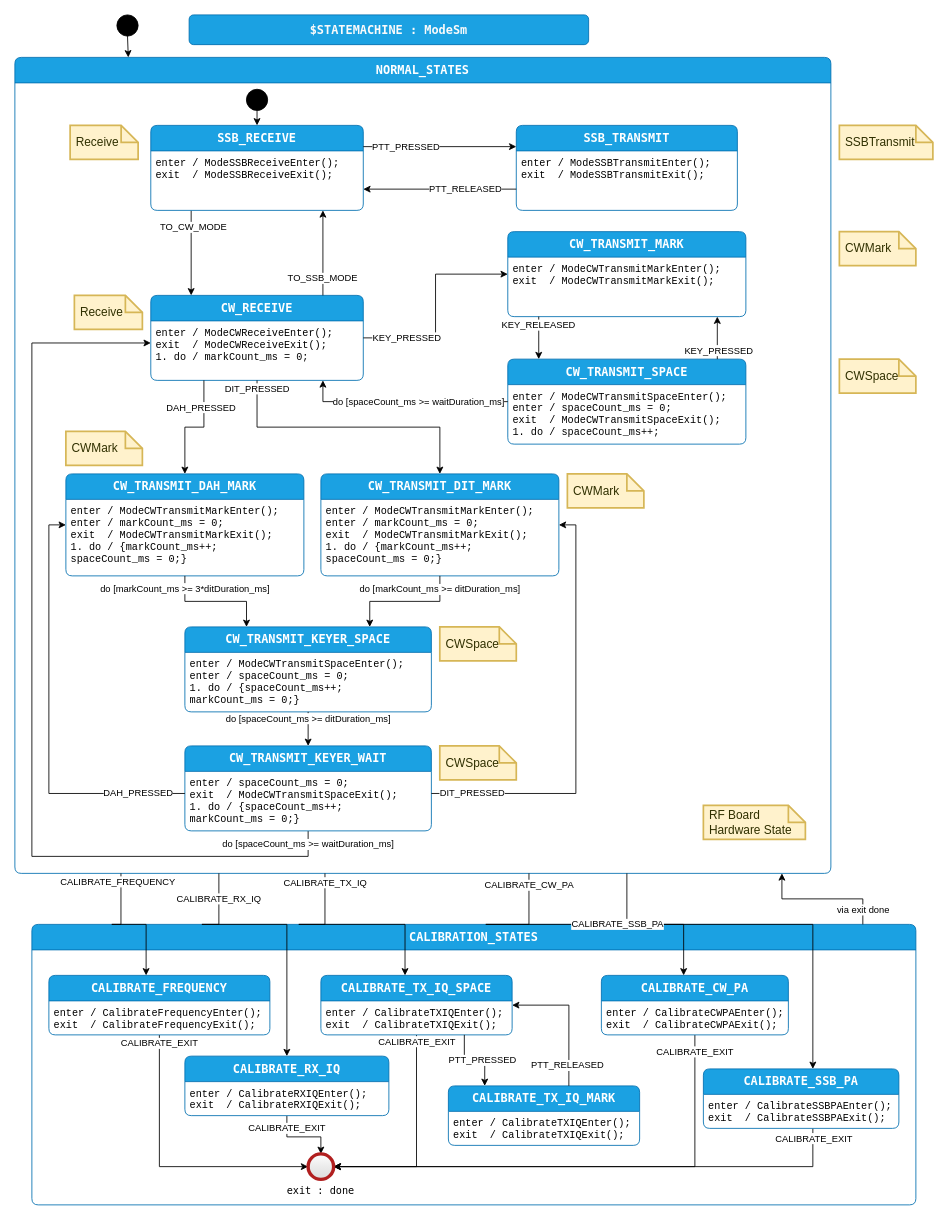
Before: page "design" (1 of 3) of code/src/PhoenixSketch/ModeSm.drawio in KI3P/Phoenix, a draw.io diagram. Source tidied: cells renumbered, new cells numbered last; positions are measured from the earlier drawing's top-left corner, leaving out a move shared by most shapes. Both pictures are drawn from the tidied source at 85%, with x=0, y=0 at pixel (14, 14).
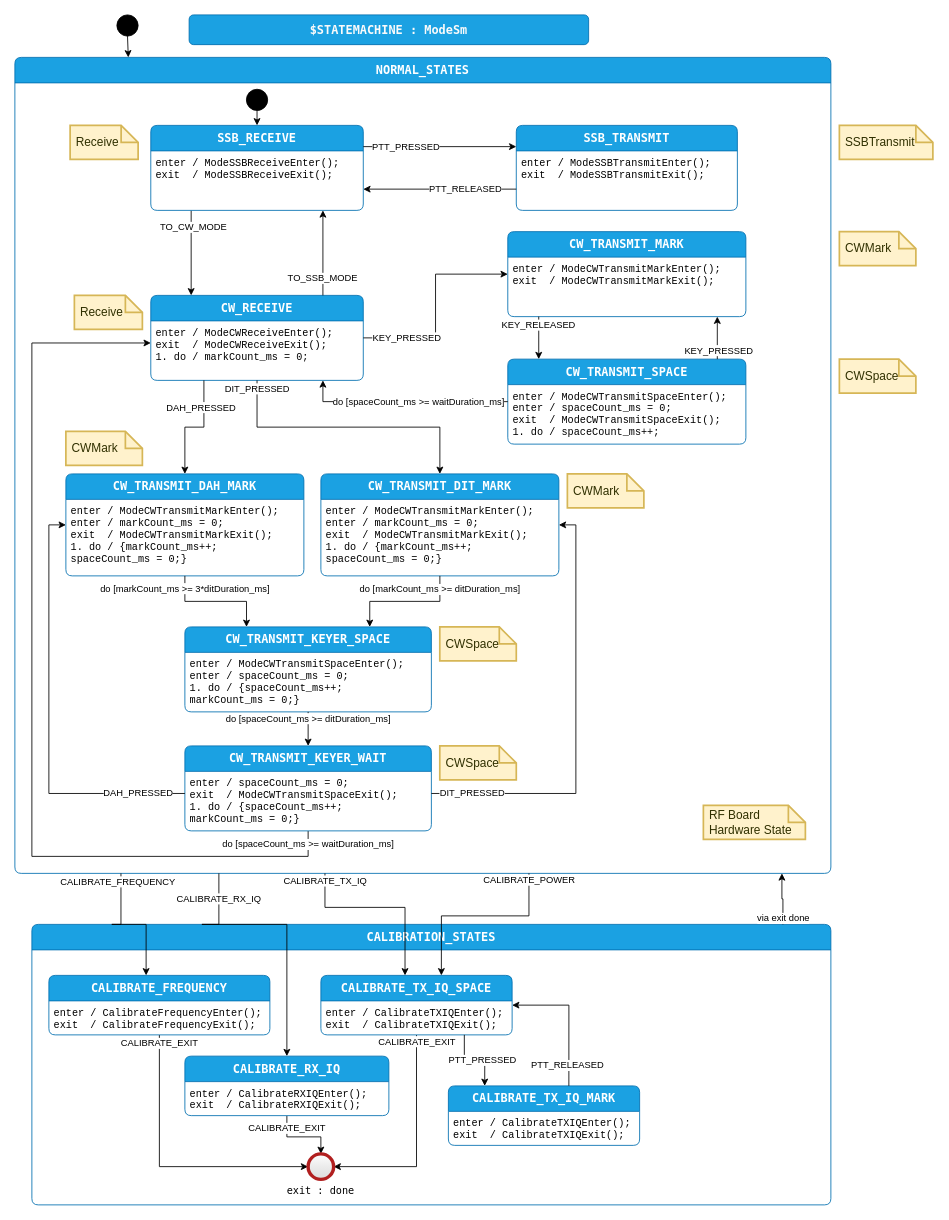
After the change.

Commit message (it also covers changes not shown here):
Lots of code for power calibration added. Not yet working -- state machine invocation needs fixing, and unit tests are needed

Unchanged cells that the change refers to:
```xml
<mxCell id="11" value="CALIBRATE_TX_IQ_SPACE" style="shape=swimlane;align=center;verticalAlign=top;fontFamily=Lucida Console;startSize=30;fontSize=14;fontStyle=1;fontColor=#ffffff;fillColor=#1ba1e2;swimlaneFillColor=default;rounded=1;arcSize=15;absoluteArcSize=1;points=[[0,0,0,0,0],[0,0.06,0,0,0],[0,0.13,0,0,0],[0,0.19,0,0,0],[0,0.25,0,0,0],[0,0.31,0,0,0],[0,0.38,0,0,0],[0,0.44,0,0,0],[0,0.5,0,0,0],[0,0.56,0,0,0],[0,0.63,0,0,0],[0,0.69,0,0,0],[0,0.75,0,0,0],[0,0.81,0,0,0],[0,0.88,0,0,0],[0,0.94,0,0,0],[0,1,0,0,0],[0.06,0,0,0,0],[0.06,1,0,0,0],[0.13,0,0,0,0],[0.13,1,0,0,0],[0.19,0,0,0,0],[0.19,1,0,0,0],[0.25,0,0,0,0],[0.25,1,0,0,0],[0.31,0,0,0,0],[0.31,1,0,0,0],[0.38,0,0,0,0],[0.38,1,0,0,0],[0.44,0,0,0,0],[0.44,1,0,0,0],[0.5,0,0,0,0],[0.5,1,0,0,0],[0.56,0,0,0,0],[0.56,1,0,0,0],[0.63,0,0,0,0],[0.63,1,0,0,0],[0.69,0,0,0,0],[0.69,1,0,0,0],[0.75,0,0,0,0],[0.75,1,0,0,0],[0.81,0,0,0,0],[0.81,1,0,0,0],[0.88,0,0,0,0],[0.88,1,0,0,0],[0.94,0,0,0,0],[0.94,1,0,0,0],[1,0,0,0,0],[1,0.06,0,0,0],[1,0.13,0,0,0],[1,0.19,0,0,0],[1,0.25,0,0,0],[1,0.31,0,0,0],[1,0.38,0,0,0],[1,0.44,0,0,0],[1,0.5,0,0,0],[1,0.56,0,0,0],[1,0.63,0,0,0],[1,0.69,0,0,0],[1,0.75,0,0,0],[1,0.81,0,0,0],[1,0.88,0,0,0],[1,0.94,0,0,0],[1,1,0,0,0]];strokeColor=#006EAF;" parent="2" vertex="1">
  <mxGeometry x="340" y="60" width="225" height="70" as="geometry" />
</mxCell>
<mxCell id="19" value="exit : done" style="fontFamily=Lucida Console;align=center;verticalAlign=top;shape=ellipse;labelPosition=center;verticalLabelPosition=bottom;strokeColor=#b11f1f;strokeWidth=4;fillColor=#FFFFFF;gradientColor=#d4d4d4cc;" parent="2" vertex="1">
  <mxGeometry x="325" y="270" width="30" height="30" as="geometry" />
</mxCell>
<mxCell id="25" value="NORMAL_STATES" style="shape=swimlane;align=center;verticalAlign=top;fontFamily=Lucida Console;startSize=30;fontSize=14;fontStyle=1;fontColor=#ffffff;fillColor=#1ba1e2;swimlaneFillColor=default;rounded=1;arcSize=15;absoluteArcSize=1;points=[[0,0,0,0,0],[0,0.06,0,0,0],[0,0.13,0,0,0],[0,0.19,0,0,0],[0,0.25,0,0,0],[0,0.31,0,0,0],[0,0.38,0,0,0],[0,0.44,0,0,0],[0,0.5,0,0,0],[0,0.56,0,0,0],[0,0.63,0,0,0],[0,0.69,0,0,0],[0,0.75,0,0,0],[0,0.81,0,0,0],[0,0.88,0,0,0],[0,0.94,0,0,0],[0,1,0,0,0],[0.06,0,0,0,0],[0.06,1,0,0,0],[0.13,0,0,0,0],[0.13,1,0,0,0],[0.19,0,0,0,0],[0.19,1,0,0,0],[0.25,0,0,0,0],[0.25,1,0,0,0],[0.31,0,0,0,0],[0.31,1,0,0,0],[0.38,0,0,0,0],[0.38,1,0,0,0],[0.44,0,0,0,0],[0.44,1,0,0,0],[0.5,0,0,0,0],[0.5,1,0,0,0],[0.56,0,0,0,0],[0.56,1,0,0,0],[0.63,0,0,0,0],[0.63,1,0,0,0],[0.69,0,0,0,0],[0.69,1,0,0,0],[0.75,0,0,0,0],[0.75,1,0,0,0],[0.81,0,0,0,0],[0.81,1,0,0,0],[0.88,0,0,0,0],[0.88,1,0,0,0],[0.94,0,0,0,0],[0.94,1,0,0,0],[1,0,0,0,0],[1,0.06,0,0,0],[1,0.13,0,0,0],[1,0.19,0,0,0],[1,0.25,0,0,0],[1,0.31,0,0,0],[1,0.38,0,0,0],[1,0.44,0,0,0],[1,0.5,0,0,0],[1,0.56,0,0,0],[1,0.63,0,0,0],[1,0.69,0,0,0],[1,0.75,0,0,0],[1,0.81,0,0,0],[1,0.88,0,0,0],[1,0.94,0,0,0],[1,1,0,0,0]];strokeColor=#006EAF;" parent="1" vertex="1">
  <mxGeometry y="50" width="960" height="960" as="geometry" />
</mxCell>
```

Diff of the diagram source:
```diff
@@
     <mxCell id="2" value="CALIBRATION_STATES" style="shape=swimlane;align=center;verticalAlign=top;fontFamily=Lucida Console;startSize=30;fontSize=14;fontStyle=1;fontColor=#ffffff;fillColor=#1ba1e2;swimlaneFillColor=default;rounded=1;arcSize=15;absoluteArcSize=1;points=[[0,0,0,0,0],[0,0.06,0,0,0],[0,0.13,0,0,0],[0,0.19,0,0,0],[0,0.25,0,0,0],[0,0.31,0,0,0],[0,0.38,0,0,0],[0,0.44,0,0,0],[0,0.5,0,0,0],[0,0.56,0,0,0],[0,0.63,0,0,0],[0,0.69,0,0,0],[0,0.75,0,0,0],[0,0.81,0,0,0],[0,0.88,0,0,0],[0,0.94,0,0,0],[0,1,0,0,0],[0.06,0,0,0,0],[0.06,1,0,0,0],[0.13,0,0,0,0],[0.13,1,0,0,0],[0.19,0,0,0,0],[0.19,1,0,0,0],[0.25,0,0,0,0],[0.25,1,0,0,0],[0.31,0,0,0,0],[0.31,1,0,0,0],[0.38,0,0,0,0],[0.38,1,0,0,0],[0.44,0,0,0,0],[0.44,1,0,0,0],[0.5,0,0,0,0],[0.5,1,0,0,0],[0.56,0,0,0,0],[0.56,1,0,0,0],[0.63,0,0,0,0],[0.63,1,0,0,0],[0.69,0,0,0,0],[0.69,1,0,0,0],[0.75,0,0,0,0],[0.75,1,0,0,0],[0.81,0,0,0,0],[0.81,1,0,0,0],[0.88,0,0,0,0],[0.88,1,0,0,0],[0.94,0,0,0,0],[0.94,1,0,0,0],[1,0,0,0,0],[1,0.06,0,0,0],[1,0.13,0,0,0],[1,0.19,0,0,0],[1,0.25,0,0,0],[1,0.31,0,0,0],[1,0.38,0,0,0],[1,0.44,0,0,0],[1,0.5,0,0,0],[1,0.56,0,0,0],[1,0.63,0,0,0],[1,0.69,0,0,0],[1,0.75,0,0,0],[1,0.81,0,0,0],[1,0.88,0,0,0],[1,0.94,0,0,0],[1,1,0,0,0]];strokeColor=#006EAF;" parent="1" vertex="1">
-      <mxGeometry x="20" y="1070" width="1040" height="330" as="geometry" />
+      <mxGeometry x="20" y="1070" width="940" height="330" as="geometry" />
     </mxCell>
@@
-    <mxCell id="13" value="CALIBRATE_EXIT" style="edgeStyle=orthogonalEdgeStyle;rounded=0;jettySize=auto;html=1;exitX=0.5;exitY=1;exitDx=0;exitDy=0;exitPerimeter=0;entryX=1;entryY=0.5;entryDx=0;entryDy=0;" parent="2" edge="1" source="14" target="19">
-      <mxGeometry x="-0.93" relative="1" as="geometry" />
-    </mxCell>
-    <mxCell id="14" value="CALIBRATE_CW_PA" style="shape=swimlane;align=center;verticalAlign=top;fontFamily=Lucida Console;startSize=30;fontSize=14;fontStyle=1;fontColor=#ffffff;fillColor=#1ba1e2;swimlaneFillColor=default;rounded=1;arcSize=15;absoluteArcSize=1;points=[[0,0,0,0,0],[0,0.06,0,0,0],[0,0.13,0,0,0],[0,0.19,0,0,0],[0,0.25,0,0,0],[0,0.31,0,0,0],[0,0.38,0,0,0],[0,0.44,0,0,0],[0,0.5,0,0,0],[0,0.56,0,0,0],[0,0.63,0,0,0],[0,0.69,0,0,0],[0,0.75,0,0,0],[0,0.81,0,0,0],[0,0.88,0,0,0],[0,0.94,0,0,0],[0,1,0,0,0],[0.06,0,0,0,0],[0.06,1,0,0,0],[0.13,0,0,0,0],[0.13,1,0,0,0],[0.19,0,0,0,0],[0.19,1,0,0,0],[0.25,0,0,0,0],[0.25,1,0,0,0],[0.31,0,0,0,0],[0.31,1,0,0,0],[0.38,0,0,0,0],[0.38,1,0,0,0],[0.44,0,0,0,0],[0.44,1,0,0,0],[0.5,0,0,0,0],[0.5,1,0,0,0],[0.56,0,0,0,0],[0.56,1,0,0,0],[0.63,0,0,0,0],[0.63,1,0,0,0],[0.69,0,0,0,0],[0.69,1,0,0,0],[0.75,0,0,0,0],[0.75,1,0,0,0],[0.81,0,0,0,0],[0.81,1,0,0,0],[0.88,0,0,0,0],[0.88,1,0,0,0],[0.94,0,0,0,0],[0.94,1,0,0,0],[1,0,0,0,0],[1,0.06,0,0,0],[1,0.13,0,0,0],[1,0.19,0,0,0],[1,0.25,0,0,0],[1,0.31,0,0,0],[1,0.38,0,0,0],[1,0.44,0,0,0],[1,0.5,0,0,0],[1,0.56,0,0,0],[1,0.63,0,0,0],[1,0.69,0,0,0],[1,0.75,0,0,0],[1,0.81,0,0,0],[1,0.88,0,0,0],[1,0.94,0,0,0],[1,1,0,0,0]];strokeColor=#006EAF;" parent="2" vertex="1">
-      <mxGeometry x="670" y="60" width="220" height="70" as="geometry" />
-    </mxCell>
-    <mxCell id="15" value="enter / CalibrateCWPAEnter();&#10;exit  / CalibrateCWPAExit();" style="fontFamily=Courier New;align=left;verticalAlign=top;fillColor=none;gradientColor=none;strokeColor=none;rounded=0;spacingLeft=4;" parent="14" vertex="1">
-      <mxGeometry y="30" width="240" height="40" as="geometry" />
-    </mxCell>
-    <mxCell id="16" value="CALIBRATE_EXIT" style="edgeStyle=orthogonalEdgeStyle;rounded=0;jettySize=auto;html=1;exitX=0.56;exitY=1;exitDx=0;exitDy=0;exitPerimeter=0;entryX=1;entryY=0.5;entryDx=0;entryDy=0;" parent="2" edge="1" source="17" target="19">
-      <mxGeometry x="-0.96" y="1" relative="1" as="geometry" />
-    </mxCell>
-    <mxCell id="17" value="CALIBRATE_SSB_PA" style="shape=swimlane;align=center;verticalAlign=top;fontFamily=Lucida Console;startSize=30;fontSize=14;fontStyle=1;fontColor=#ffffff;fillColor=#1ba1e2;swimlaneFillColor=default;rounded=1;arcSize=15;absoluteArcSize=1;points=[[0,0,0,0,0],[0,0.06,0,0,0],[0,0.13,0,0,0],[0,0.19,0,0,0],[0,0.25,0,0,0],[0,0.31,0,0,0],[0,0.38,0,0,0],[0,0.44,0,0,0],[0,0.5,0,0,0],[0,0.56,0,0,0],[0,0.63,0,0,0],[0,0.69,0,0,0],[0,0.75,0,0,0],[0,0.81,0,0,0],[0,0.88,0,0,0],[0,0.94,0,0,0],[0,1,0,0,0],[0.06,0,0,0,0],[0.06,1,0,0,0],[0.13,0,0,0,0],[0.13,1,0,0,0],[0.19,0,0,0,0],[0.19,1,0,0,0],[0.25,0,0,0,0],[0.25,1,0,0,0],[0.31,0,0,0,0],[0.31,1,0,0,0],[0.38,0,0,0,0],[0.38,1,0,0,0],[0.44,0,0,0,0],[0.44,1,0,0,0],[0.5,0,0,0,0],[0.5,1,0,0,0],[0.56,0,0,0,0],[0.56,1,0,0,0],[0.63,0,0,0,0],[0.63,1,0,0,0],[0.69,0,0,0,0],[0.69,1,0,0,0],[0.75,0,0,0,0],[0.75,1,0,0,0],[0.81,0,0,0,0],[0.81,1,0,0,0],[0.88,0,0,0,0],[0.88,1,0,0,0],[0.94,0,0,0,0],[0.94,1,0,0,0],[1,0,0,0,0],[1,0.06,0,0,0],[1,0.13,0,0,0],[1,0.19,0,0,0],[1,0.25,0,0,0],[1,0.31,0,0,0],[1,0.38,0,0,0],[1,0.44,0,0,0],[1,0.5,0,0,0],[1,0.56,0,0,0],[1,0.63,0,0,0],[1,0.69,0,0,0],[1,0.75,0,0,0],[1,0.81,0,0,0],[1,0.88,0,0,0],[1,0.94,0,0,0],[1,1,0,0,0]];strokeColor=#006EAF;" parent="2" vertex="1">
-      <mxGeometry x="790" y="170" width="230" height="70" as="geometry" />
-    </mxCell>
-    <mxCell id="18" value="enter / CalibrateSSBPAEnter();&#10;exit  / CalibrateSSBPAExit();" style="fontFamily=Courier New;align=left;verticalAlign=top;fillColor=none;gradientColor=none;strokeColor=none;rounded=0;spacingLeft=4;" parent="17" vertex="1">
-      <mxGeometry y="30" width="250" height="40" as="geometry" />
-    </mxCell>
@@
     <mxCell id="73" value="CALIBRATE_TX_IQ" style="edgeStyle=orthogonalEdgeStyle;rounded=0;jettySize=auto;html=1;exitX=0.38;exitY=1;exitDx=0;exitDy=0;exitPerimeter=0;entryX=0.44;entryY=0;entryDx=0;entryDy=0;entryPerimeter=0;" parent="1" edge="1" source="25" target="11">
       <mxGeometry x="-0.92" relative="1" as="geometry">
         <Array as="points">
-          <mxPoint x="334" y="1070" />
-          <mxPoint x="439" y="1070" />
+          <mxPoint x="365" y="1050" />
+          <mxPoint x="459" y="1050" />
         </Array>
       </mxGeometry>
     </mxCell>
-    <mxCell id="74" value="CALIBRATE_CW_PA" style="edgeStyle=orthogonalEdgeStyle;rounded=0;jettySize=auto;html=1;exitX=0.63;exitY=1;exitDx=0;exitDy=0;exitPerimeter=0;entryX=0.44;entryY=0;entryDx=0;entryDy=0;entryPerimeter=0;" parent="1" edge="1" source="25" target="14">
+    <mxCell id="74" value="CALIBRATE_POWER" style="edgeStyle=orthogonalEdgeStyle;rounded=0;jettySize=auto;html=1;exitX=0.63;exitY=1;exitDx=0;exitDy=0;exitPerimeter=0;entryX=0.63;entryY=0;entryDx=0;entryDy=0;entryPerimeter=0;" parent="1" edge="1" source="25" target="11">
       <mxGeometry x="-0.93" relative="1" as="geometry">
         <Array as="points">
-          <mxPoint x="554" y="1070" />
-          <mxPoint x="587" y="1070" />
+          <mxPoint x="605" y="1060" />
+          <mxPoint x="502" y="1060" />
         </Array>
       </mxGeometry>
     </mxCell>
-    <mxCell id="75" value="CALIBRATE_SSB_PA" style="edgeStyle=orthogonalEdgeStyle;rounded=0;jettySize=auto;html=1;exitX=0.75;exitY=1;exitDx=0;exitDy=0;exitPerimeter=0;entryX=0.56;entryY=0;entryDx=0;entryDy=0;entryPerimeter=0;" parent="1" edge="1" source="25" target="17">
-      <mxGeometry x="-0.75" relative="1" as="geometry">
-        <Array as="points">
-          <mxPoint x="660" y="1070" />
-          <mxPoint x="749" y="1070" />
-        </Array>
-      </mxGeometry>
-    </mxCell>
```
